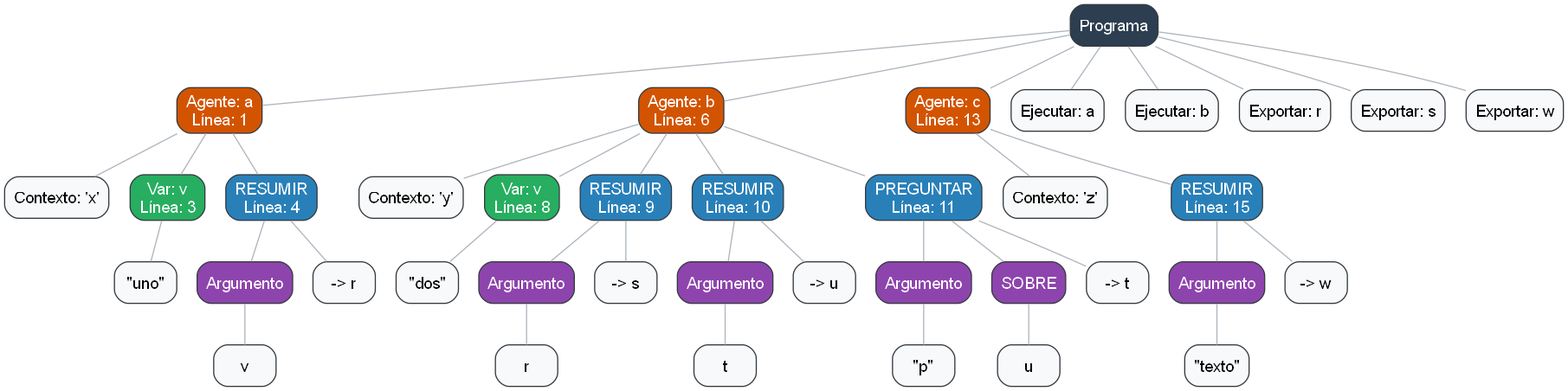
This is reportes/ast.png from jppax20-dev/Proyecto2-AnalizadorSintactico-PromptZal, a Graphviz export, as it was before one commit. Its source is kept beside it as reportes/ast.dot.
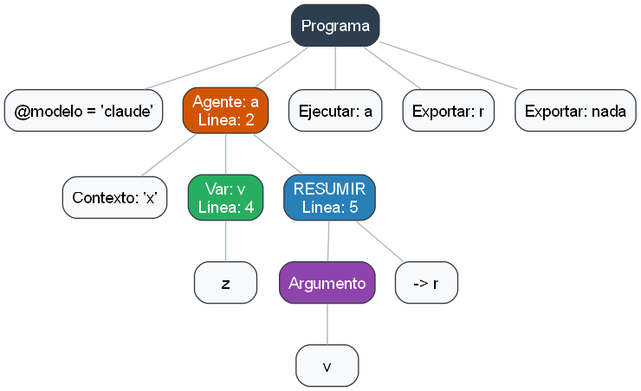
After the commit.

Change to the diagram source:
```diff
@@ -4,78 +4,28 @@
   edge [color="#adb5bd", dir=none];
 
   n0 [label="Programa", fillcolor="#2c3e50", fontcolor=white];
-  n1 [label="Agente: a\nLínea: 1", fillcolor="#d35400", fontcolor=white];
+  n1 [label="@modelo = 'claude'"];
   n0 -> n1;
-  n2 [label="Contexto: 'x'"];
-  n1 -> n2;
-  n3 [label="Var: v\nLínea: 3", fillcolor="#27ae60", fontcolor=white];
-  n1 -> n3;
-  n4 [label="\"uno\""];
-  n3 -> n4;
-  n5 [label="RESUMIR\nLínea: 4", fillcolor="#2980b9", fontcolor=white];
-  n1 -> n5;
-  n6 [label="Argumento", fillcolor="#8e44ad", fontcolor=white];
-  n5 -> n6;
-  n7 [label="v"];
+  n2 [label="Agente: a\nLínea: 2", fillcolor="#d35400", fontcolor=white];
+  n0 -> n2;
+  n3 [label="Contexto: 'x'"];
+  n2 -> n3;
+  n4 [label="Var: v\nLínea: 4", fillcolor="#27ae60", fontcolor=white];
+  n2 -> n4;
+  n5 [label="z"];
+  n4 -> n5;
+  n6 [label="RESUMIR\nLínea: 5", fillcolor="#2980b9", fontcolor=white];
+  n2 -> n6;
+  n7 [label="Argumento", fillcolor="#8e44ad", fontcolor=white];
   n6 -> n7;
-  n8 [label="-> r"];
-  n5 -> n8;
-  n9 [label="Agente: b\nLínea: 6", fillcolor="#d35400", fontcolor=white];
-  n0 -> n9;
-  n10 [label="Contexto: 'y'"];
-  n9 -> n10;
-  n11 [label="Var: v\nLínea: 8", fillcolor="#27ae60", fontcolor=white];
-  n9 -> n11;
-  n12 [label="\"dos\""];
-  n11 -> n12;
-  n13 [label="RESUMIR\nLínea: 9", fillcolor="#2980b9", fontcolor=white];
-  n9 -> n13;
-  n14 [label="Argumento", fillcolor="#8e44ad", fontcolor=white];
-  n13 -> n14;
-  n15 [label="r"];
-  n14 -> n15;
-  n16 [label="-> s"];
-  n13 -> n16;
-  n17 [label="RESUMIR\nLínea: 10", fillcolor="#2980b9", fontcolor=white];
-  n9 -> n17;
-  n18 [label="Argumento", fillcolor="#8e44ad", fontcolor=white];
-  n17 -> n18;
-  n19 [label="t"];
-  n18 -> n19;
-  n20 [label="-> u"];
-  n17 -> n20;
-  n21 [label="PREGUNTAR\nLínea: 11", fillcolor="#2980b9", fontcolor=white];
-  n9 -> n21;
-  n22 [label="Argumento", fillcolor="#8e44ad", fontcolor=white];
-  n21 -> n22;
-  n23 [label="\"p\""];
-  n22 -> n23;
-  n24 [label="SOBRE", fillcolor="#8e44ad", fontcolor=white];
-  n21 -> n24;
-  n25 [label="u"];
-  n24 -> n25;
-  n26 [label="-> t"];
-  n21 -> n26;
-  n27 [label="Agente: c\nLínea: 13", fillcolor="#d35400", fontcolor=white];
-  n0 -> n27;
-  n28 [label="Contexto: 'z'"];
-  n27 -> n28;
-  n29 [label="RESUMIR\nLínea: 15", fillcolor="#2980b9", fontcolor=white];
-  n27 -> n29;
-  n30 [label="Argumento", fillcolor="#8e44ad", fontcolor=white];
-  n29 -> n30;
-  n31 [label="\"texto\""];
-  n30 -> n31;
-  n32 [label="-> w"];
-  n29 -> n32;
-  n33 [label="Ejecutar: a"];
-  n0 -> n33;
-  n34 [label="Ejecutar: b"];
-  n0 -> n34;
-  n35 [label="Exportar: r"];
-  n0 -> n35;
-  n36 [label="Exportar: s"];
-  n0 -> n36;
-  n37 [label="Exportar: w"];
-  n0 -> n37;
+  n8 [label="v"];
+  n7 -> n8;
+  n9 [label="-> r"];
+  n6 -> n9;
+  n10 [label="Ejecutar: a"];
+  n0 -> n10;
+  n11 [label="Exportar: r"];
+  n0 -> n11;
+  n12 [label="Exportar: nada"];
+  n0 -> n12;
 }
```
